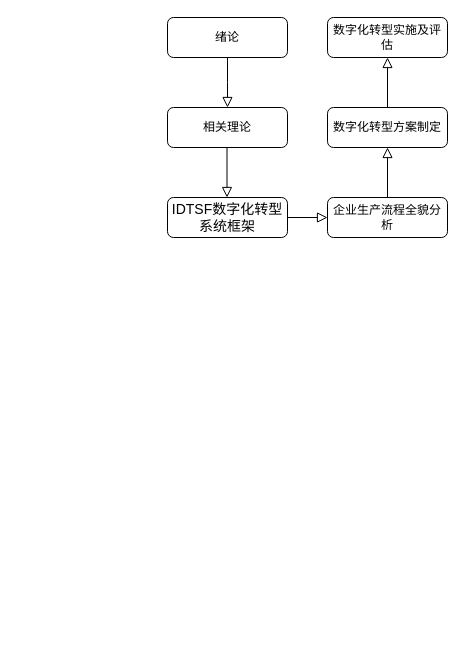
The draw.io diagram 未命名绘图.drawio in ForLina/sxc_contract, before the edit. Source tidied: cells renumbered, new cells numbered last; positions are measured from the earlier drawing's top-left corner, leaving out a move shared by most shapes. Both pictures are drawn from the tidied source at 100%, with x=0, y=0 at pixel (167, 17).
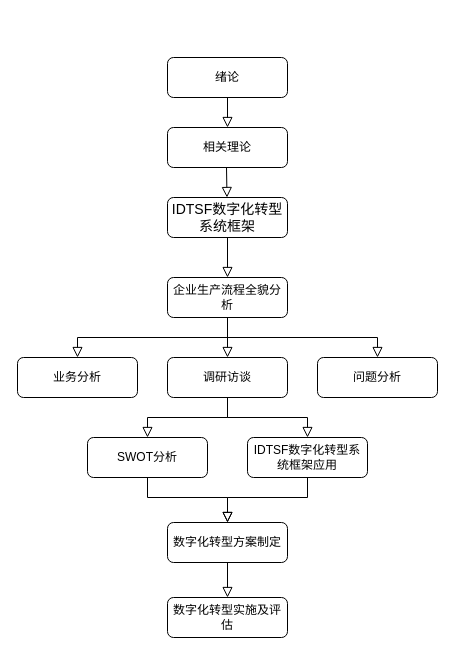
The same page after the edit.

Commit message (it also covers changes not shown here):
更新未命名绘图.drawio

Unchanged cells that the change refers to:
```xml
<mxCell id="6" value="&lt;p style=&quot;margin: 0pt 0pt 0.0001pt; font-family: Calibri; font-size: 10.5pt;&quot; class=&quot;MsoNormal&quot;&gt;IDTSF数字化转型系统框架&lt;/p&gt;" style="rounded=1;whiteSpace=wrap;html=1;fontSize=12;glass=0;strokeWidth=1;shadow=0;align=center;" parent="1" vertex="1">
  <mxGeometry y="180" width="120" height="40" as="geometry" />
</mxCell>
```

The edit, as a diff of the source:
```diff
@@
-    <mxCell id="2" style="rounded=0;html=1;jettySize=auto;fontSize=11;endArrow=block;endFill=0;endSize=8;strokeWidth=1;shadow=0;labelBackgroundColor=none;edgeStyle=orthogonalEdgeStyle;" parent="1" edge="1" source="3">
-      <mxGeometry relative="1" as="geometry">
-        <mxPoint x="60" y="90" as="targetPoint" />
-      </mxGeometry>
+    <mxCell id="2" style="rounded=0;html=1;jettySize=auto;fontSize=11;endArrow=block;endFill=0;endSize=8;strokeWidth=1;shadow=0;labelBackgroundColor=none;edgeStyle=orthogonalEdgeStyle;entryX=0.5;entryY=0;entryDx=0;entryDy=0;" parent="1" edge="1" source="3" target="4">
+      <mxGeometry relative="1" as="geometry" />
     </mxCell>
     <mxCell id="3" value="绪论" style="rounded=1;whiteSpace=wrap;html=1;fontSize=12;glass=0;strokeWidth=1;shadow=0;" parent="1" vertex="1">
-      <mxGeometry width="120" height="40" as="geometry" />
+      <mxGeometry y="40" width="120" height="40" as="geometry" />
     </mxCell>
     <mxCell id="4" value="相关理论" style="rounded=1;whiteSpace=wrap;html=1;fontSize=12;glass=0;strokeWidth=1;shadow=0;" parent="1" vertex="1">
-      <mxGeometry y="90" width="120" height="40" as="geometry" />
+      <mxGeometry y="110" width="120" height="40" as="geometry" />
     </mxCell>
     <mxCell id="5" style="rounded=0;html=1;jettySize=auto;orthogonalLoop=1;fontSize=11;endArrow=block;endFill=0;endSize=8;strokeWidth=1;shadow=0;labelBackgroundColor=none;edgeStyle=orthogonalEdgeStyle;" parent="1" edge="1">
       <mxGeometry relative="1" as="geometry">
-        <mxPoint x="59.5" y="130" as="sourcePoint" />
+        <mxPoint x="59" y="150" as="sourcePoint" />
         <mxPoint x="59.5" y="180" as="targetPoint" />
       </mxGeometry>
     </mxCell>
@@
     <mxCell id="7" value="企业生产流程全貌分析" style="rounded=1;whiteSpace=wrap;html=1;fontSize=12;glass=0;strokeWidth=1;shadow=0;" parent="1" vertex="1">
-      <mxGeometry x="160" y="180" width="120" height="40" as="geometry" />
+      <mxGeometry y="260" width="120" height="40" as="geometry" />
     </mxCell>
     <mxCell id="8" value="数字化转型方案制定" style="rounded=1;whiteSpace=wrap;html=1;fontSize=12;glass=0;strokeWidth=1;shadow=0;" parent="1" vertex="1">
-      <mxGeometry x="160" y="90" width="120" height="40" as="geometry" />
+      <mxGeometry y="505" width="120" height="40" as="geometry" />
     </mxCell>
     <mxCell id="9" value="数字化转型实施及评估" style="rounded=1;whiteSpace=wrap;html=1;fontSize=12;glass=0;strokeWidth=1;shadow=0;" parent="1" vertex="1">
-      <mxGeometry x="160" width="120" height="40" as="geometry" />
+      <mxGeometry y="580" width="120" height="40" as="geometry" />
     </mxCell>
-    <mxCell id="10" style="rounded=0;html=1;jettySize=auto;fontSize=11;endArrow=block;endFill=0;endSize=8;strokeWidth=1;shadow=0;labelBackgroundColor=none;edgeStyle=orthogonalEdgeStyle;exitX=1;exitY=0.5;exitDx=0;exitDy=0;entryX=0;entryY=0.5;entryDx=0;entryDy=0;" parent="1" edge="1" source="6" target="7">
+    <mxCell id="10" style="rounded=0;html=1;jettySize=auto;fontSize=11;endArrow=block;endFill=0;endSize=8;strokeWidth=1;shadow=0;labelBackgroundColor=none;edgeStyle=orthogonalEdgeStyle;exitX=0.5;exitY=1;exitDx=0;exitDy=0;entryX=0.5;entryY=0;entryDx=0;entryDy=0;" parent="1" edge="1" source="6" target="7">
       <mxGeometry relative="1" as="geometry" />
     </mxCell>
-    <mxCell id="11" style="rounded=0;html=1;jettySize=auto;fontSize=11;endArrow=block;endFill=0;endSize=8;strokeWidth=1;shadow=0;labelBackgroundColor=none;edgeStyle=orthogonalEdgeStyle;exitX=0.5;exitY=0;exitDx=0;exitDy=0;entryX=0.5;entryY=1;entryDx=0;entryDy=0;" parent="1" edge="1" source="7" target="8">
-      <mxGeometry relative="1" as="geometry" />
-    </mxCell>
-    <mxCell id="12" style="rounded=0;html=1;jettySize=auto;fontSize=11;endArrow=block;endFill=0;endSize=8;strokeWidth=1;shadow=0;labelBackgroundColor=none;edgeStyle=orthogonalEdgeStyle;exitX=0.5;exitY=0;exitDx=0;exitDy=0;entryX=0.5;entryY=1;entryDx=0;entryDy=0;" parent="1" edge="1" source="8" target="9">
-      <mxGeometry relative="1" as="geometry" />
-    </mxCell>
+    <mxCell id="13" value="业务分析" style="rounded=1;whiteSpace=wrap;html=1;fontSize=12;glass=0;strokeWidth=1;shadow=0;" parent="1" vertex="1">
+      <mxGeometry x="-150" y="340" width="120" height="40" as="geometry" />
+    </mxCell>
+    <mxCell id="14" style="rounded=0;html=1;jettySize=auto;fontSize=11;endArrow=block;endFill=0;endSize=8;strokeWidth=1;shadow=0;labelBackgroundColor=none;edgeStyle=orthogonalEdgeStyle;exitX=0.5;exitY=1;exitDx=0;exitDy=0;entryX=0.5;entryY=0;entryDx=0;entryDy=0;" parent="1" edge="1" source="7" target="13">
+      <mxGeometry relative="1" as="geometry" />
+    </mxCell>
+    <mxCell id="15" value="调研访谈" style="rounded=1;whiteSpace=wrap;html=1;fontSize=12;glass=0;strokeWidth=1;shadow=0;" parent="1" vertex="1">
+      <mxGeometry y="340" width="120" height="40" as="geometry" />
+    </mxCell>
+    <mxCell id="16" style="rounded=0;html=1;jettySize=auto;orthogonalLoop=1;fontSize=11;endArrow=block;endFill=0;endSize=8;strokeWidth=1;shadow=0;labelBackgroundColor=none;edgeStyle=orthogonalEdgeStyle;exitX=0.5;exitY=1;exitDx=0;exitDy=0;" parent="1" edge="1">
+      <mxGeometry relative="1" as="geometry">
+        <mxPoint x="50" y="300" as="sourcePoint" />
+        <mxPoint x="60" y="340" as="targetPoint" />
+        <Array as="points">
+          <mxPoint x="60" y="300" />
+          <mxPoint x="60" y="340" />
+        </Array>
+      </mxGeometry>
+    </mxCell>
+    <mxCell id="17" value="问题分析" style="rounded=1;whiteSpace=wrap;html=1;fontSize=12;glass=0;strokeWidth=1;shadow=0;" parent="1" vertex="1">
+      <mxGeometry x="150" y="340" width="120" height="40" as="geometry" />
+    </mxCell>
+    <mxCell id="18" style="rounded=0;html=1;jettySize=auto;fontSize=11;endArrow=block;endFill=0;endSize=8;strokeWidth=1;shadow=0;labelBackgroundColor=none;edgeStyle=orthogonalEdgeStyle;exitX=0.5;exitY=1;exitDx=0;exitDy=0;entryX=0.5;entryY=0;entryDx=0;entryDy=0;" parent="1" edge="1" source="7" target="17">
+      <mxGeometry relative="1" as="geometry" />
+    </mxCell>
+    <mxCell id="19" value="SWOT分析" style="rounded=1;whiteSpace=wrap;html=1;fontSize=12;glass=0;strokeWidth=1;shadow=0;" parent="1" vertex="1">
+      <mxGeometry x="-80" y="420" width="120" height="40" as="geometry" />
+    </mxCell>
+    <mxCell id="20" style="rounded=0;html=1;jettySize=auto;fontSize=11;endArrow=block;endFill=0;endSize=8;strokeWidth=1;shadow=0;labelBackgroundColor=none;edgeStyle=orthogonalEdgeStyle;exitX=0.5;exitY=1;exitDx=0;exitDy=0;entryX=0.5;entryY=0;entryDx=0;entryDy=0;" parent="1" edge="1" target="19">
+      <mxGeometry relative="1" as="geometry">
+        <mxPoint x="60" y="380" as="sourcePoint" />
+        <Array as="points">
+          <mxPoint x="60" y="400" />
+          <mxPoint x="-20" y="400" />
+        </Array>
+      </mxGeometry>
+    </mxCell>
+    <mxCell id="21" value="IDTSF数字化转型系统框架应用" style="rounded=1;whiteSpace=wrap;html=1;fontSize=12;glass=0;strokeWidth=1;shadow=0;" parent="1" vertex="1">
+      <mxGeometry x="80" y="420" width="120" height="40" as="geometry" />
+    </mxCell>
+    <mxCell id="22" style="rounded=0;html=1;jettySize=auto;fontSize=11;endArrow=block;endFill=0;endSize=8;strokeWidth=1;shadow=0;labelBackgroundColor=none;edgeStyle=orthogonalEdgeStyle;entryX=0.5;entryY=0;entryDx=0;entryDy=0;" parent="1" edge="1" target="21">
+      <mxGeometry relative="1" as="geometry">
+        <mxPoint x="60" y="380" as="sourcePoint" />
+        <Array as="points">
+          <mxPoint x="60" y="400" />
+          <mxPoint x="140" y="400" />
+        </Array>
+      </mxGeometry>
+    </mxCell>
+    <mxCell id="23" style="rounded=0;html=1;jettySize=auto;fontSize=11;endArrow=block;endFill=0;endSize=8;strokeWidth=1;shadow=0;labelBackgroundColor=none;edgeStyle=orthogonalEdgeStyle;exitX=0.5;exitY=1;exitDx=0;exitDy=0;entryX=0.5;entryY=0;entryDx=0;entryDy=0;" parent="1" edge="1" target="8">
+      <mxGeometry relative="1" as="geometry">
+        <mxPoint x="-20" y="460" as="sourcePoint" />
+        <Array as="points">
+          <mxPoint x="-20" y="480" />
+          <mxPoint x="60" y="480" />
+        </Array>
+      </mxGeometry>
+    </mxCell>
+    <mxCell id="24" style="rounded=0;html=1;jettySize=auto;fontSize=11;endArrow=block;endFill=0;endSize=8;strokeWidth=1;shadow=0;labelBackgroundColor=none;edgeStyle=orthogonalEdgeStyle;exitX=0.5;exitY=1;exitDx=0;exitDy=0;entryX=0.5;entryY=0;entryDx=0;entryDy=0;" parent="1" edge="1" source="21" target="8">
+      <mxGeometry relative="1" as="geometry">
+        <Array as="points">
+          <mxPoint x="140" y="480" />
+          <mxPoint x="60" y="480" />
+        </Array>
+      </mxGeometry>
+    </mxCell>
+    <mxCell id="25" style="rounded=0;html=1;jettySize=auto;fontSize=11;endArrow=block;endFill=0;endSize=8;strokeWidth=1;shadow=0;labelBackgroundColor=none;edgeStyle=orthogonalEdgeStyle;exitX=0.5;exitY=1;exitDx=0;exitDy=0;entryX=0.5;entryY=0;entryDx=0;entryDy=0;" parent="1" edge="1" target="9">
+      <mxGeometry relative="1" as="geometry">
+        <mxPoint x="60" y="545" as="sourcePoint" />
+        <Array as="points">
+          <mxPoint x="60" y="570" />
+          <mxPoint x="60" y="570" />
+        </Array>
+      </mxGeometry>
+    </mxCell>
```
